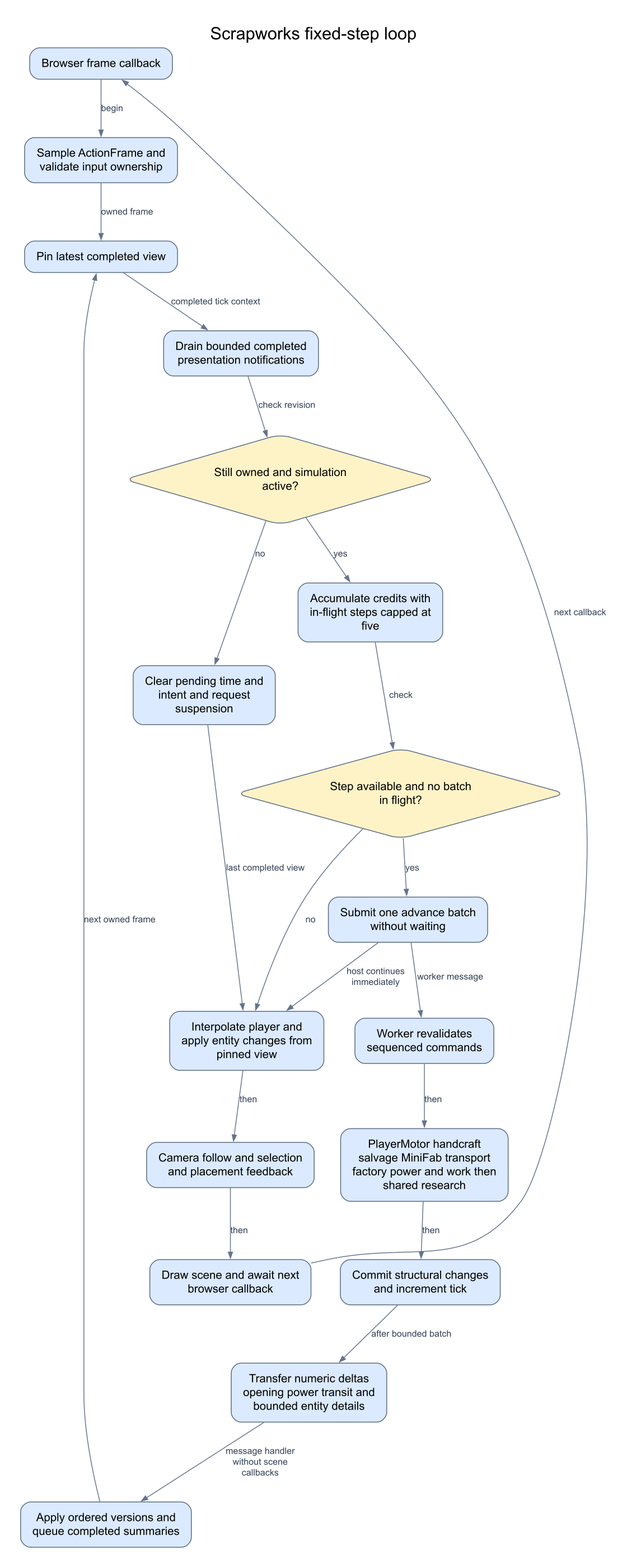
Earlier version of the Mermaid export docs/diagrams/fixed-step-loop.png (Googlproxer/Scrapworks). Its source is kept beside it as docs/diagrams/src/fixed-step-loop.mmd.
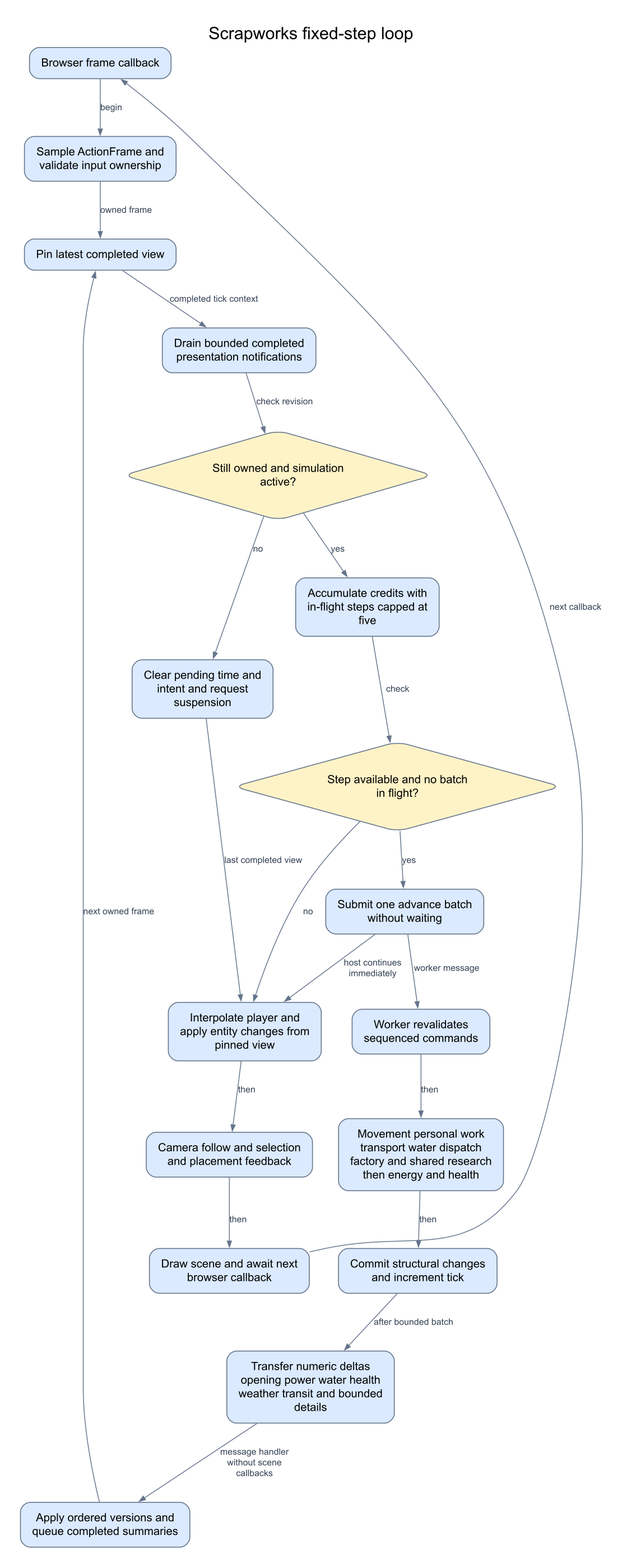
After the change.

What changed in the source:
```diff
@@ -9,9 +9,9 @@
     Available{Step available and no batch in flight?}
     Send[Submit one advance batch without waiting]
     Commands[Worker revalidates sequenced commands]
-    Systems[PlayerMotor handcraft salvage MiniFab transport factory power and work then shared research]
+    Systems[Movement personal work transport water dispatch factory and shared research then energy and health]
     Commit[Commit structural changes and increment tick]
-    Publish[Transfer numeric deltas opening power transit and bounded entity details]
+    Publish[Transfer numeric deltas opening power water health weather transit and bounded details]
     Cache[Apply ordered versions and queue completed summaries]
     Present[Interpolate player and apply entity changes from pinned view]
     Feedback[Camera follow and selection and placement feedback]
```
